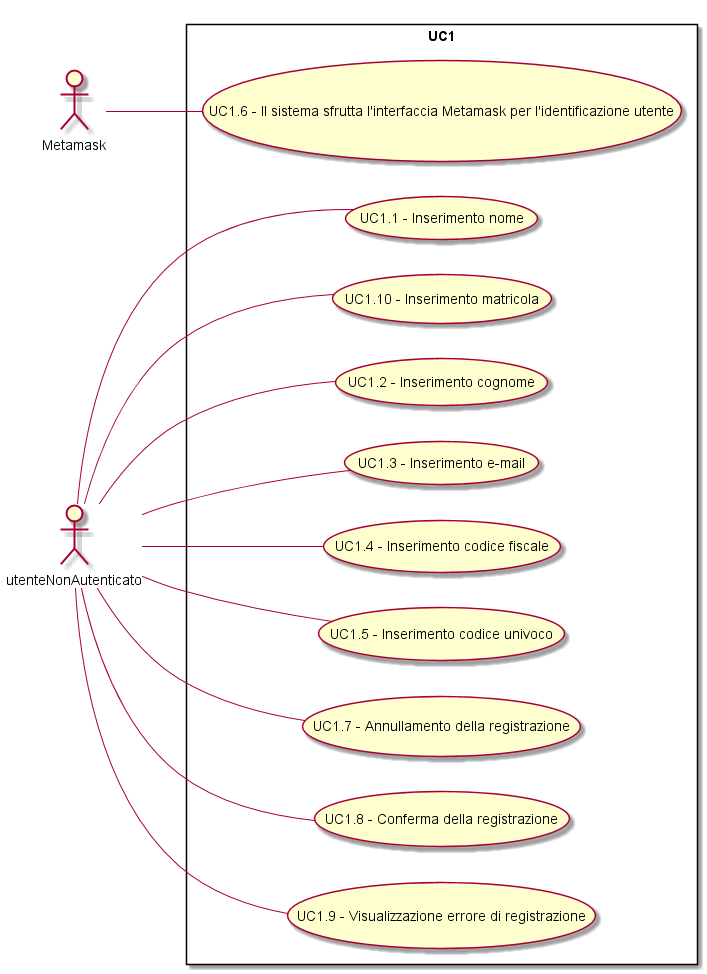
Before: Analisi dei requisiti/img/UC1.png, a diagram exported from PlantUML (SOS-SonsOfSwe/Marvin). Its diagram source:
```plantuml
@startuml
left to right direction
skinparam packageStyle rectangle
actor Metamask
actor utenteNonAutenticato
rectangle UC1 {
Metamask -- (UC1.6 - Il sistema sfrutta l'interfaccia Metamask per l'identificazione utente)
utenteNonAutenticato -- (UC1.1 - Inserimento nome)
utenteNonAutenticato -- (UC1.10 - Inserimento matricola)
utenteNonAutenticato -- (UC1.2 - Inserimento cognome)
utenteNonAutenticato -- (UC1.3 - Inserimento e-mail)
utenteNonAutenticato -- (UC1.4 - Inserimento codice fiscale)
utenteNonAutenticato -- (UC1.5 - Inserimento codice univoco)
utenteNonAutenticato -- (UC1.7 - Annullamento della registrazione)
utenteNonAutenticato -- (UC1.8 - Conferma della registrazione)
utenteNonAutenticato -- (UC1.9 - Visualizzazione errore di registrazione)
}
@enduml
```
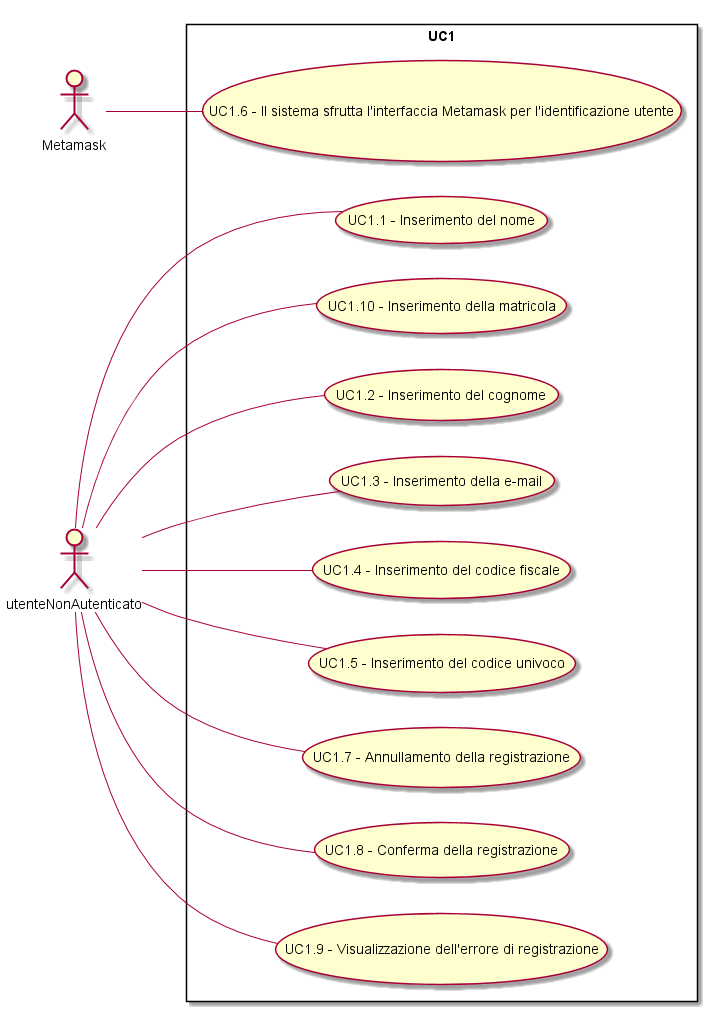
The same file after the commit.

Diff of the diagram source:
```diff
@@ -5,14 +5,14 @@
 actor utenteNonAutenticato
 rectangle UC1 {
 Metamask -- (UC1.6 - Il sistema sfrutta l'interfaccia Metamask per l'identificazione utente)
-utenteNonAutenticato -- (UC1.1 - Inserimento nome)
-utenteNonAutenticato -- (UC1.10 - Inserimento matricola)
-utenteNonAutenticato -- (UC1.2 - Inserimento cognome)
-utenteNonAutenticato -- (UC1.3 - Inserimento e-mail)
-utenteNonAutenticato -- (UC1.4 - Inserimento codice fiscale)
-utenteNonAutenticato -- (UC1.5 - Inserimento codice univoco)
+utenteNonAutenticato -- (UC1.1 - Inserimento del nome)
+utenteNonAutenticato -- (UC1.10 - Inserimento della matricola)
+utenteNonAutenticato -- (UC1.2 - Inserimento del cognome)
+utenteNonAutenticato -- (UC1.3 - Inserimento della e-mail)
+utenteNonAutenticato -- (UC1.4 - Inserimento del codice fiscale)
+utenteNonAutenticato -- (UC1.5 - Inserimento del codice univoco)
 utenteNonAutenticato -- (UC1.7 - Annullamento della registrazione)
 utenteNonAutenticato -- (UC1.8 - Conferma della registrazione)
-utenteNonAutenticato -- (UC1.9 - Visualizzazione errore di registrazione)
+utenteNonAutenticato -- (UC1.9 - Visualizzazione dell'errore di registrazione)
 }
 @enduml
```
